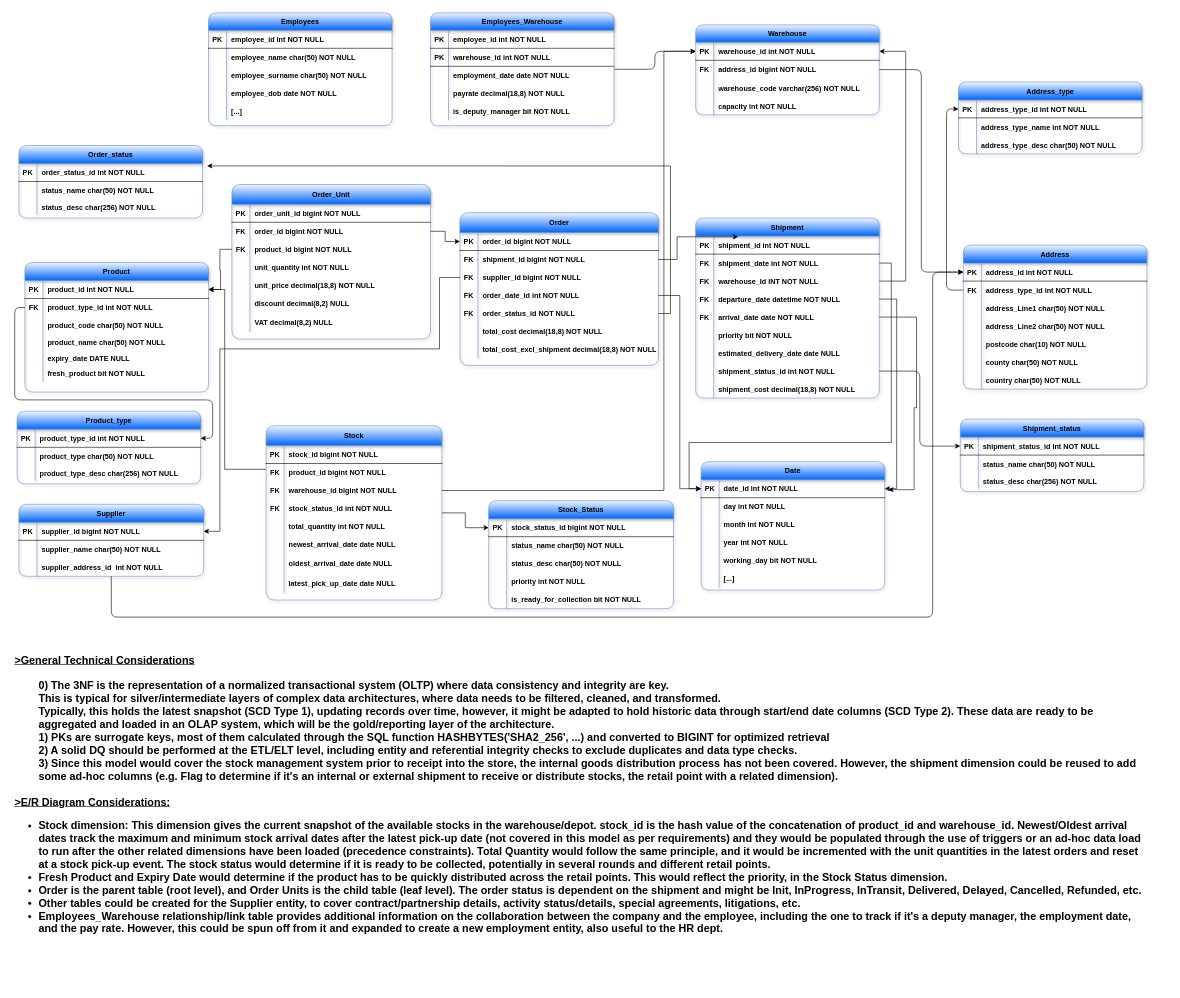
Before: Logical Model – 3NF.drawio in RVerdesi/ModelExc_1, a draw.io diagram. Source tidied: cells renumbered, new cells numbered last; positions are measured from the earlier drawing's top-left corner, leaving out a move shared by most shapes. Both pictures are drawn from the tidied source at 60%, with x=0, y=0 at pixel (13, 13).
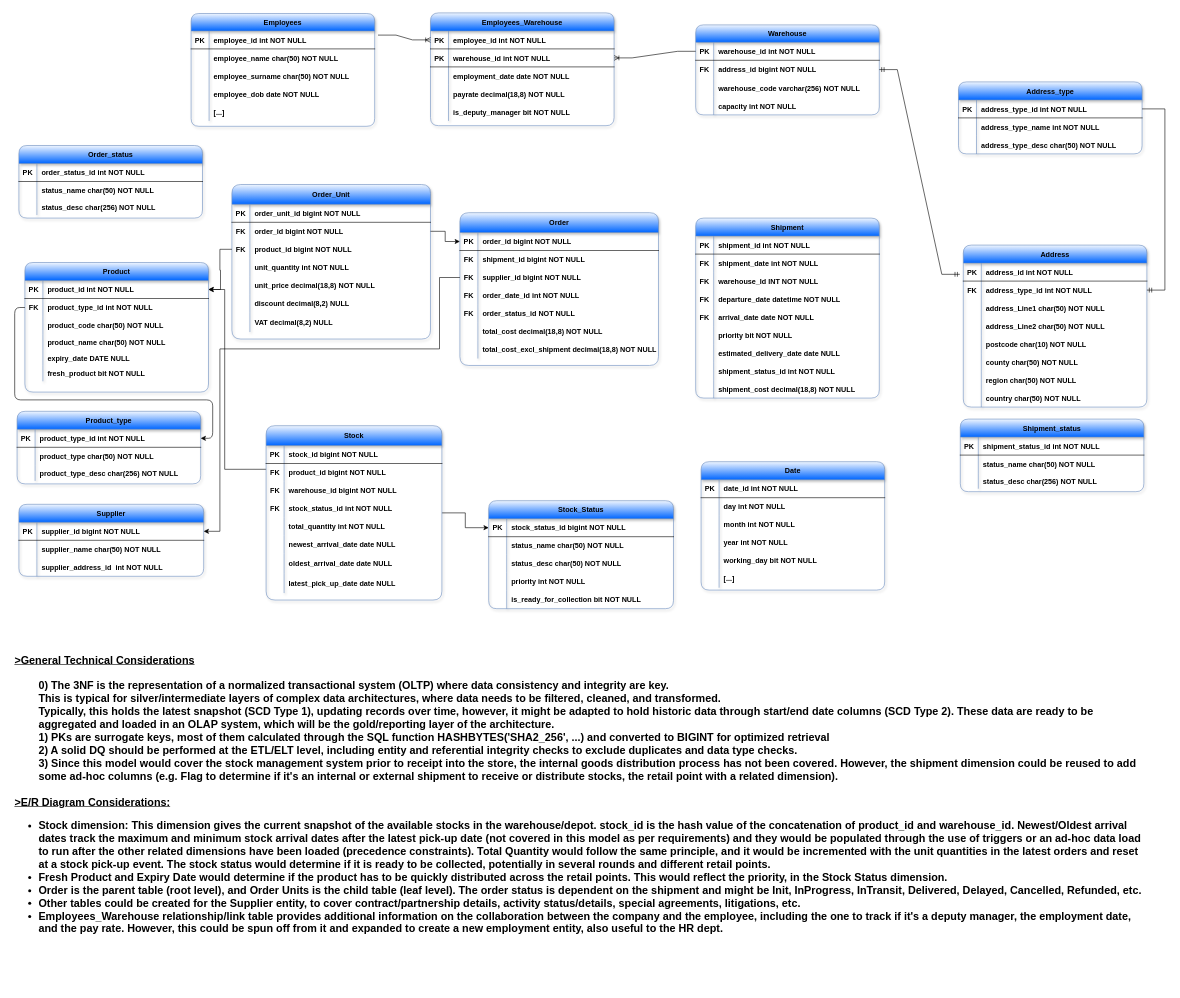
The same diagram, later.

The change refers to these unchanged cells:
```xml
<mxCell id="9" style="shape=partialRectangle;fillColor=none;points=[[0,0.5],[1,0.5]];portConstraint=eastwest;top=0;left=0;right=0;bottom=0;fontStyle=1;rounded=1;" parent="2" vertex="1">
  <mxGeometry y="90" width="308" height="30" as="geometry" />
</mxCell>
<mxCell id="54" style="shape=partialRectangle;fillColor=none;points=[[0,0.5],[1,0.5]];portConstraint=eastwest;top=0;left=0;right=0;bottom=1;fontStyle=1;rounded=1;" parent="53" vertex="1">
  <mxGeometry y="30" width="306" height="30" as="geometry" />
</mxCell>
<mxCell id="57" style="shape=partialRectangle;fillColor=none;points=[[0,0.5],[1,0.5]];portConstraint=eastwest;top=0;left=0;right=0;bottom=0;fontStyle=1;rounded=1;" parent="53" vertex="1">
  <mxGeometry y="60" width="306" height="30" as="geometry" />
</mxCell>
<mxCell id="60" style="shape=partialRectangle;fillColor=none;points=[[0,0.5],[1,0.5]];portConstraint=eastwest;top=0;left=0;right=0;bottom=0;fontStyle=1;rounded=1;" parent="53" vertex="1">
  <mxGeometry y="90" width="306" height="30" as="geometry" />
</mxCell>
<mxCell id="63" style="shape=partialRectangle;fillColor=none;points=[[0,0.5],[1,0.5]];portConstraint=eastwest;top=0;left=0;right=0;bottom=0;fontStyle=1;rounded=1;" parent="53" vertex="1">
  <mxGeometry y="120" width="306" height="30" as="geometry" />
</mxCell>
<mxCell id="66" style="shape=partialRectangle;fillColor=none;points=[[0,0.5],[1,0.5]];portConstraint=eastwest;top=0;left=0;right=0;bottom=0;fontStyle=1;rounded=1;" parent="53" vertex="1">
  <mxGeometry y="150" width="306" height="30" as="geometry" />
</mxCell>
<mxCell id="75" style="shape=partialRectangle;fillColor=none;points=[[0,0.5],[1,0.5]];portConstraint=eastwest;top=0;left=0;right=0;bottom=0;fontStyle=1;rounded=1;" parent="53" vertex="1">
  <mxGeometry y="240" width="306" height="30" as="geometry" />
</mxCell>
<mxCell id="82" style="shape=partialRectangle;fillColor=none;points=[[0,0.5],[1,0.5]];portConstraint=eastwest;top=0;left=0;right=0;bottom=1;fontStyle=1;rounded=1;" parent="81" vertex="1">
  <mxGeometry y="29" width="306" height="30" as="geometry" />
</mxCell>
<mxCell id="98" style="shape=partialRectangle;fillColor=none;points=[[0,0.5],[1,0.5]];portConstraint=eastwest;top=0;left=0;right=0;bottom=1;fontStyle=1;rounded=1;swimlaneFillColor=none;" parent="97" vertex="1">
  <mxGeometry y="30" width="306" height="30" as="geometry" />
</mxCell>
<mxCell id="101" style="shape=partialRectangle;fillColor=none;points=[[0,0.5],[1,0.5]];portConstraint=eastwest;top=0;left=0;right=0;bottom=0;fontStyle=1;rounded=1;swimlaneFillColor=none;" parent="97" vertex="1">
  <mxGeometry y="60" width="306" height="30" as="geometry" />
</mxCell>
<mxCell id="120" style="shape=partialRectangle;fillColor=none;points=[[0,0.5],[1,0.5]];portConstraint=eastwest;top=0;left=0;right=0;bottom=1;fontStyle=1;rounded=1;" parent="119" vertex="1">
  <mxGeometry y="30" width="306" height="30" as="geometry" />
</mxCell>
<mxCell id="150" style="shape=partialRectangle;fillColor=none;points=[[0,0.5],[1,0.5]];portConstraint=eastwest;top=0;left=0;right=0;bottom=1;fontStyle=1;rounded=1;" parent="149" vertex="1">
  <mxGeometry y="29" width="306" height="30" as="geometry" />
</mxCell>
<mxCell id="153" style="shape=partialRectangle;fillColor=none;points=[[0,0.5],[1,0.5]];portConstraint=eastwest;top=0;left=0;right=0;bottom=0;fontStyle=1;rounded=1;" parent="149" vertex="1">
  <mxGeometry y="59" width="306" height="31" as="geometry" />
</mxCell>
<mxCell id="163" style="shape=partialRectangle;fillColor=none;points=[[0,0.5],[1,0.5]];portConstraint=eastwest;top=0;left=0;right=0;bottom=1;fontStyle=1;rounded=1;" parent="162" vertex="1">
  <mxGeometry y="30" width="306" height="30" as="geometry" />
</mxCell>
<mxCell id="174" style="shape=partialRectangle;fillColor=none;points=[[0,0.5],[1,0.5]];portConstraint=eastwest;top=0;left=0;right=0;bottom=1;fontStyle=1;rounded=1;" parent="173" vertex="1">
  <mxGeometry y="30" width="306" height="30" as="geometry" />
</mxCell>
<mxCell id="184" style="shape=partialRectangle;fillColor=none;points=[[0,0.5],[1,0.5]];portConstraint=eastwest;top=0;left=0;right=0;bottom=1;fontStyle=1;rounded=1;" parent="183" vertex="1">
  <mxGeometry y="30" width="306" height="30" as="geometry" />
</mxCell>
<mxCell id="218" style="shape=partialRectangle;fillColor=none;points=[[0,0.5],[1,0.5]];portConstraint=eastwest;top=0;left=0;right=0;bottom=0;fontStyle=1;rounded=1;" parent="214" vertex="1">
  <mxGeometry y="63" width="331" height="30" as="geometry" />
</mxCell>
<mxCell id="224" style="shape=partialRectangle;fillColor=none;points=[[0,0.5],[1,0.5]];portConstraint=eastwest;top=0;left=0;right=0;bottom=0;fontStyle=1;rounded=1;" parent="214" vertex="1">
  <mxGeometry y="123" width="331" height="30" as="geometry" />
</mxCell>
<mxCell id="227" style="shape=partialRectangle;fillColor=none;points=[[0,0.5],[1,0.5]];portConstraint=eastwest;top=0;left=0;right=0;bottom=0;fontStyle=1;rounded=1;" parent="214" vertex="1">
  <mxGeometry y="153" width="331" height="30" as="geometry" />
</mxCell>
<mxCell id="255" style="shape=partialRectangle;fillColor=none;points=[[0,0.5],[1,0.5]];portConstraint=eastwest;top=0;left=0;right=0;bottom=0;fontStyle=1;rounded=1;" parent="248" vertex="1">
  <mxGeometry y="93" width="293" height="30" as="geometry" />
</mxCell>
```

The edit, as a diff of the source:
```diff
@@
     <mxCell id="81" value="Employees" style="shape=table;startSize=29;childLayout=tableLayout;rowLines=0;align=center;fillColor=#f0f6ff;strokeColor=#6c8ebf;fontStyle=1;gradientColor=#0066FF;rounded=1;shadow=1;" parent="1" vertex="1">
-      <mxGeometry x="325" width="306" height="188" as="geometry" />
+      <mxGeometry x="296" y="1" width="306" height="188" as="geometry" />
     </mxCell>
@@
     <mxCell id="97" value="Address" style="shape=table;startSize=30;childLayout=tableLayout;rowLines=0;align=center;fillColor=#f0f6ff;strokeColor=#6c8ebf;fontStyle=1;gradientColor=#0066FF;rounded=1;shadow=1;swimlaneFillColor=none;" parent="1" vertex="1">
-      <mxGeometry x="1583" y="387" width="306" height="240" as="geometry" />
+      <mxGeometry x="1583" y="387" width="306" height="270" as="geometry" />
     </mxCell>
@@
+    <mxCell id="290" style="shape=partialRectangle;fillColor=none;top=0;left=0;right=0;bottom=0;fontStyle=1;rounded=1;swimlaneFillColor=none;" parent="97" vertex="1">
+      <mxGeometry y="210" width="306" height="30" as="geometry" />
+    </mxCell>
+    <mxCell id="291" style="shape=partialRectangle;overflow=hidden;fillColor=none;top=0;left=0;bottom=0;right=0;fontStyle=1;rounded=1;swimlaneFillColor=none;" parent="290" vertex="1">
+      <mxGeometry width="30" height="30" as="geometry" />
+    </mxCell>
+    <mxCell id="292" value="region char(50) NOT NULL" style="shape=partialRectangle;overflow=hidden;fillColor=none;top=0;left=0;bottom=0;right=0;align=left;spacingLeft=6;fontStyle=1;rounded=1;swimlaneFillColor=none;" parent="290" vertex="1">
+      <mxGeometry x="30" width="276" height="30" as="geometry" />
+    </mxCell>
     <mxCell id="116" style="shape=partialRectangle;fillColor=none;top=0;left=0;right=0;bottom=0;fontStyle=1;rounded=1;swimlaneFillColor=none;" parent="97" vertex="1">
-      <mxGeometry y="210" width="306" height="30" as="geometry" />
+      <mxGeometry y="240" width="306" height="30" as="geometry" />
     </mxCell>
@@
-    <mxCell id="193" style="edgeStyle=orthogonalEdgeStyle;rounded=1;jettySize=auto;html=1;fontFamily=Helvetica;fontSize=12;fontColor=default;fontStyle=1;" parent="1" edge="1" source="75" target="184">
-      <mxGeometry relative="1" as="geometry" />
-    </mxCell>
-    <mxCell id="194" style="edgeStyle=orthogonalEdgeStyle;rounded=1;jettySize=auto;html=1;entryX=0;entryY=0.5;entryDx=0;entryDy=0;fontFamily=Helvetica;fontSize=12;fontColor=default;fontStyle=1;" parent="1" edge="1" source="101" target="163">
-      <mxGeometry relative="1" as="geometry" />
-    </mxCell>
-    <mxCell id="195" style="edgeStyle=orthogonalEdgeStyle;rounded=1;jettySize=auto;html=1;fontFamily=Helvetica;fontSize=12;fontColor=default;fontStyle=1;" parent="1" edge="1" source="153" target="98">
-      <mxGeometry relative="1" as="geometry" />
-    </mxCell>
-    <mxCell id="196" style="edgeStyle=orthogonalEdgeStyle;rounded=1;jettySize=auto;html=1;entryX=0;entryY=0.5;entryDx=0;entryDy=0;fontFamily=Helvetica;fontSize=12;fontColor=default;fontStyle=1;" parent="1" edge="1" source="9" target="98">
-      <mxGeometry relative="1" as="geometry">
-        <Array as="points">
-          <mxPoint x="163" y="1007" />
-          <mxPoint x="1532" y="1007" />
-          <mxPoint x="1532" y="432" />
-        </Array>
-      </mxGeometry>
-    </mxCell>
-    <mxCell id="197" style="edgeStyle=orthogonalEdgeStyle;rounded=1;jettySize=auto;html=1;fontFamily=Helvetica;fontSize=12;fontColor=default;fontStyle=1;" parent="1" edge="1" source="198" target="150">
-      <mxGeometry relative="1" as="geometry" />
-    </mxCell>
-    <mxCell id="198" value="Employees_Warehouse" style="shape=table;startSize=29;childLayout=tableLayout;rowLines=0;align=center;fillColor=#f0f6ff;strokeColor=#6c8ebf;fontStyle=1;gradientColor=#0066FF;rounded=1;shadow=1;" parent="1" vertex="1">
+    <mxCell id="198" value="Employees_Warehouse" style="shape=table;startSize=30;childLayout=tableLayout;rowLines=0;align=center;fillColor=#f0f6ff;strokeColor=#6c8ebf;fontStyle=1;gradientColor=#0066FF;rounded=1;shadow=1;" parent="1" vertex="1">
       <mxGeometry x="695" width="306" height="188" as="geometry" />
     </mxCell>
     <mxCell id="199" style="shape=partialRectangle;fillColor=none;points=[[0,0.5],[1,0.5]];portConstraint=eastwest;top=0;left=0;right=0;bottom=1;fontStyle=1;rounded=1;" parent="198" vertex="1">
-      <mxGeometry y="29" width="306" height="30" as="geometry" />
+      <mxGeometry y="30" width="306" height="30" as="geometry" />
     </mxCell>
@@
     <mxCell id="202" style="shape=partialRectangle;fillColor=none;points=[[0,0.5],[1,0.5]];portConstraint=eastwest;top=0;left=0;right=0;bottom=1;fontStyle=1;rounded=1;" parent="198" vertex="1">
-      <mxGeometry y="59" width="306" height="30" as="geometry" />
+      <mxGeometry y="60" width="306" height="30" as="geometry" />
     </mxCell>
@@
     <mxCell id="205" style="shape=partialRectangle;fillColor=none;top=0;left=0;right=0;bottom=0;fontStyle=1;rounded=1;" parent="198" vertex="1">
-      <mxGeometry y="89" width="306" height="30" as="geometry" />
+      <mxGeometry y="90" width="306" height="30" as="geometry" />
     </mxCell>
@@
     <mxCell id="208" style="shape=partialRectangle;fillColor=none;top=0;left=0;right=0;bottom=0;fontStyle=1;rounded=1;" parent="198" vertex="1">
-      <mxGeometry y="119" width="306" height="30" as="geometry" />
+      <mxGeometry y="120" width="306" height="30" as="geometry" />
     </mxCell>
@@
     <mxCell id="211" style="shape=partialRectangle;fillColor=none;top=0;left=0;right=0;bottom=0;fontStyle=1;rounded=1;" parent="198" vertex="1">
-      <mxGeometry y="149" width="306" height="30" as="geometry" />
+      <mxGeometry y="150" width="306" height="30" as="geometry" />
     </mxCell>
@@
-    <mxCell id="238" style="edgeStyle=orthogonalEdgeStyle;rounded=0;jettySize=auto;html=1;exitX=1;exitY=0.5;exitDx=0;exitDy=0;entryX=0;entryY=0.5;entryDx=0;entryDy=0;" parent="1" edge="1" source="224" target="120">
-      <mxGeometry relative="1" as="geometry" />
-    </mxCell>
-    <mxCell id="239" style="edgeStyle=orthogonalEdgeStyle;rounded=0;jettySize=auto;html=1;exitX=1;exitY=0.5;exitDx=0;exitDy=0;entryX=1.025;entryY=0.135;entryDx=0;entryDy=0;entryPerimeter=0;" parent="1" edge="1" source="227" target="174">
-      <mxGeometry relative="1" as="geometry" />
-    </mxCell>
-    <mxCell id="240" style="edgeStyle=orthogonalEdgeStyle;rounded=0;jettySize=auto;html=1;exitX=1;exitY=0.5;exitDx=0;exitDy=0;entryX=0.231;entryY=0.038;entryDx=0;entryDy=0;entryPerimeter=0;" parent="1" edge="1" source="218" target="54">
-      <mxGeometry relative="1" as="geometry" />
-    </mxCell>
-    <mxCell id="241" style="edgeStyle=orthogonalEdgeStyle;rounded=0;jettySize=auto;html=1;exitX=1;exitY=0.5;exitDx=0;exitDy=0;" parent="1" edge="1" source="57" target="120">
-      <mxGeometry relative="1" as="geometry">
-        <Array as="points">
-          <mxPoint x="1463" y="417" />
-          <mxPoint x="1463" y="716" />
-          <mxPoint x="1126" y="716" />
-          <mxPoint x="1126" y="793" />
-        </Array>
-      </mxGeometry>
-    </mxCell>
-    <mxCell id="242" style="edgeStyle=orthogonalEdgeStyle;rounded=0;jettySize=auto;html=1;exitX=1;exitY=0.5;exitDx=0;exitDy=0;entryX=1;entryY=0.5;entryDx=0;entryDy=0;" parent="1" edge="1" source="60" target="150">
-      <mxGeometry relative="1" as="geometry">
-        <Array as="points">
-          <mxPoint x="1487" y="447" />
-          <mxPoint x="1487" y="64" />
-        </Array>
-      </mxGeometry>
-    </mxCell>
-    <mxCell id="243" style="edgeStyle=orthogonalEdgeStyle;rounded=0;jettySize=auto;html=1;exitX=1;exitY=0.5;exitDx=0;exitDy=0;entryX=1;entryY=0.5;entryDx=0;entryDy=0;" parent="1" edge="1" source="63" target="120">
-      <mxGeometry relative="1" as="geometry" />
-    </mxCell>
-    <mxCell id="244" style="edgeStyle=orthogonalEdgeStyle;rounded=0;jettySize=auto;html=1;exitX=1;exitY=0.5;exitDx=0;exitDy=0;" parent="1" edge="1" source="66">
-      <mxGeometry relative="1" as="geometry">
-        <mxPoint x="1458" y="794.7" as="targetPoint" />
-        <Array as="points">
-          <mxPoint x="1505" y="507" />
-          <mxPoint x="1505" y="658" />
-          <mxPoint x="1501" y="658" />
-          <mxPoint x="1501" y="795" />
-        </Array>
-      </mxGeometry>
-    </mxCell>
@@
-    <mxCell id="273" style="edgeStyle=orthogonalEdgeStyle;rounded=0;jettySize=auto;html=1;entryX=0;entryY=0.5;entryDx=0;entryDy=0;" parent="1" edge="1" source="255" target="150">
-      <mxGeometry relative="1" as="geometry">
-        <Array as="points">
-          <mxPoint x="1084" y="796" />
-          <mxPoint x="1084" y="64" />
-        </Array>
-      </mxGeometry>
-    </mxCell>
@@
+    <mxCell id="293" style="edgeStyle=entityRelationEdgeStyle;fontSize=12;html=1;endArrow=ERoneToMany;rounded=0;exitX=0;exitY=0.5;exitDx=0;exitDy=0;entryX=1;entryY=0.5;entryDx=0;entryDy=0;flowAnimation=1;" parent="1" edge="1" source="150" target="202">
+      <mxGeometry relative="1" as="geometry" />
+    </mxCell>
+    <mxCell id="294" style="edgeStyle=entityRelationEdgeStyle;fontSize=12;html=1;endArrow=ERoneToMany;rounded=0;exitX=1.018;exitY=0.233;exitDx=0;exitDy=0;exitPerimeter=0;entryX=0;entryY=0.5;entryDx=0;entryDy=0;flowAnimation=1;" parent="1" edge="1" source="82" target="199">
+      <mxGeometry relative="1" as="geometry" />
+    </mxCell>
+    <mxCell id="195" style="edgeStyle=entityRelationEdgeStyle;fontSize=12;html=1;endArrow=ERmandOne;startArrow=ERmandOne;rounded=0;entryX=-0.019;entryY=0.623;entryDx=0;entryDy=0;entryPerimeter=0;flowAnimation=1;" parent="1" edge="1" source="153" target="98">
+      <mxGeometry relative="1" as="geometry">
+        <Array as="points">
+          <mxPoint x="1454" y="271" />
+          <mxPoint x="1447" y="262" />
+        </Array>
+      </mxGeometry>
+    </mxCell>
+    <mxCell id="295" style="edgeStyle=entityRelationEdgeStyle;fontSize=12;html=1;endArrow=ERmandOne;rounded=0;flowAnimation=1;" parent="1" edge="1" source="163" target="101">
+      <mxGeometry relative="1" as="geometry" />
+    </mxCell>
```
